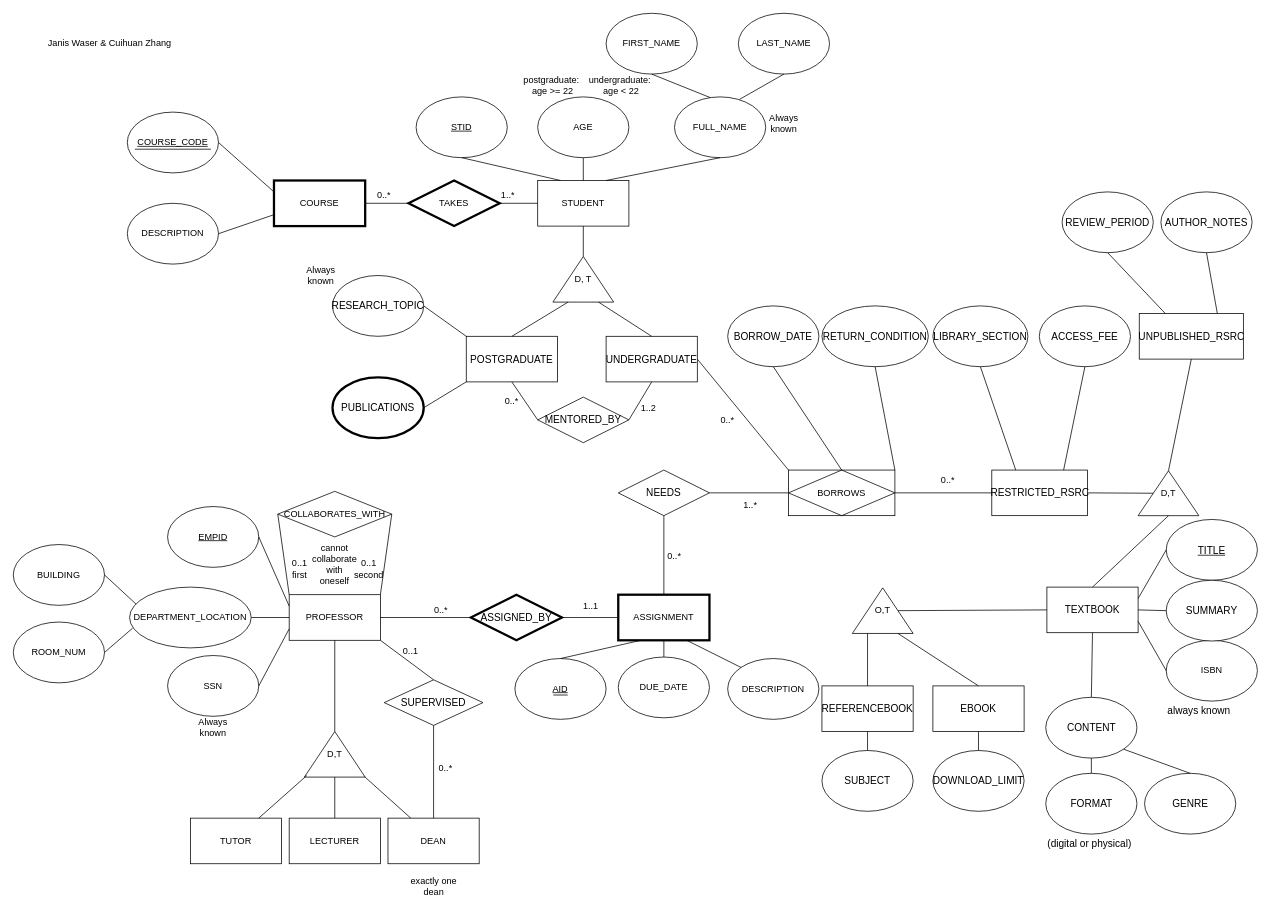
Before: Homework1/DM-HW1_Janis&Cuihuan.drawio in us-ja/Data_Management, a draw.io diagram. Source tidied: cells renumbered, new cells numbered last; positions are measured from the earlier drawing's top-left corner, leaving out a move shared by most shapes. Both pictures are drawn from the tidied source at 76%, with x=0, y=0 at pixel (13, 13).
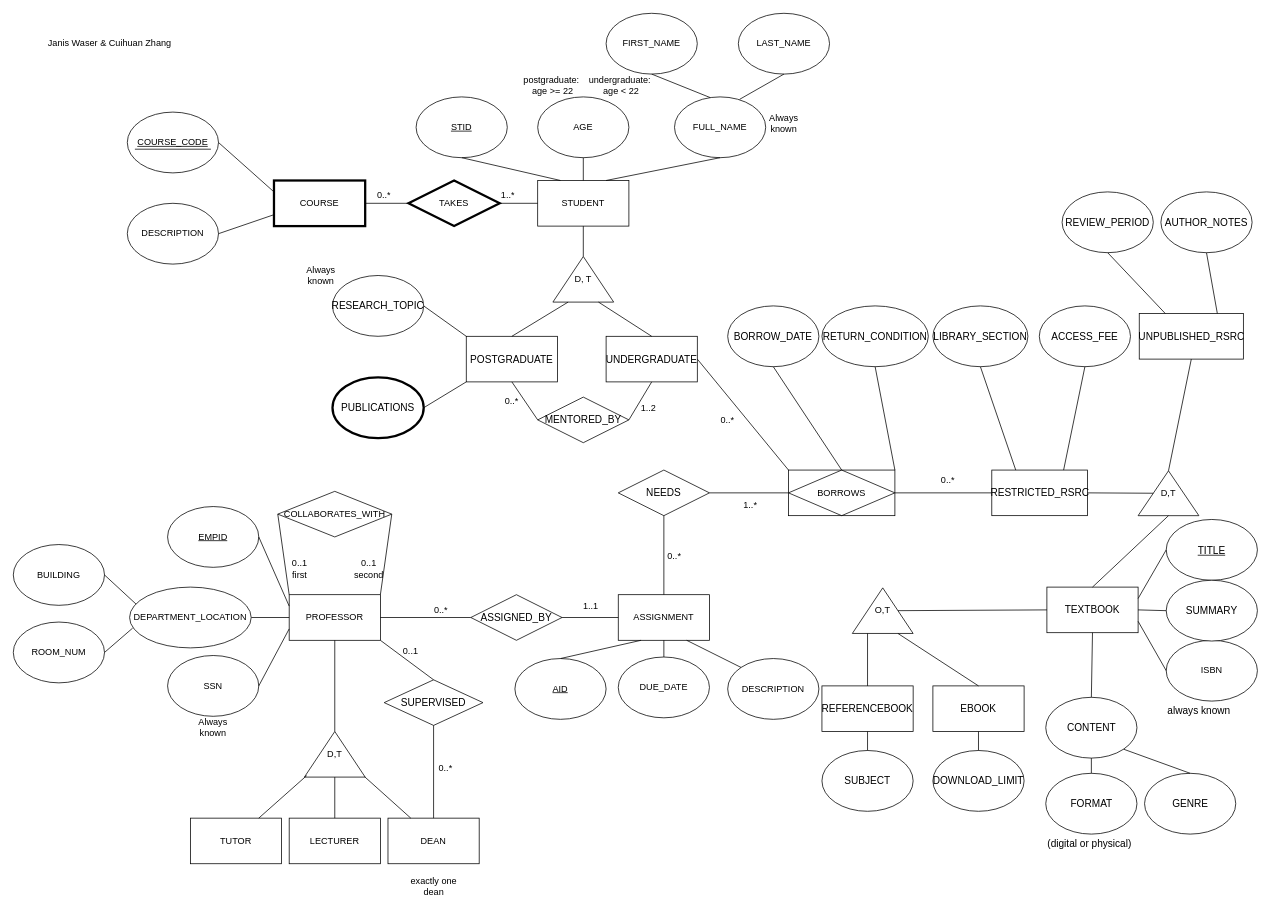
After the change.

Commit message:
remove weak and collab sentence

Diff of the diagram source:
```diff
@@
-    <mxCell id="34" value="ASSIGNMENT" style="rounded=0;whiteSpace=wrap;html=1;strokeWidth=3;" parent="1" vertex="1">
+    <mxCell id="34" value="ASSIGNMENT" style="rounded=0;whiteSpace=wrap;html=1;strokeWidth=1;" parent="1" vertex="1">
       <mxGeometry x="796" y="765" width="120" height="60" as="geometry" />
     </mxCell>
@@
-    <mxCell id="64" value="&lt;div style=&quot;text-align: start;&quot;&gt;&lt;font face=&quot;LMRoman10-Regular&quot;&gt;&lt;span style=&quot;font-size: 13.2835px;&quot;&gt;ASSIGNED_BY&lt;/span&gt;&lt;/font&gt;&lt;/div&gt;" style="shape=rhombus;perimeter=rhombusPerimeter;whiteSpace=wrap;html=1;align=center;strokeWidth=3;" parent="1" vertex="1">
+    <mxCell id="64" value="&lt;div style=&quot;text-align: start;&quot;&gt;&lt;font face=&quot;LMRoman10-Regular&quot;&gt;&lt;span style=&quot;font-size: 13.2835px;&quot;&gt;ASSIGNED_BY&lt;/span&gt;&lt;/font&gt;&lt;/div&gt;" style="shape=rhombus;perimeter=rhombusPerimeter;whiteSpace=wrap;html=1;align=center;strokeWidth=1;" parent="1" vertex="1">
       <mxGeometry x="602" y="765" width="120" height="60" as="geometry" />
     </mxCell>
@@
-    <mxCell id="140" value="cannot collaborate with oneself" style="text;html=1;align=center;verticalAlign=middle;whiteSpace=wrap;rounded=0;" parent="1" vertex="1">
-      <mxGeometry x="393" y="710" width="60" height="30" as="geometry" />
-    </mxCell>
-    <mxCell id="141" style="endArrow=none;html=1;rounded=0;entryX=0.558;entryY=0.637;entryDx=0;entryDy=0;entryPerimeter=0;jumpSize=9;" parent="1" edge="1">
-      <mxGeometry relative="1" as="geometry">
-        <mxPoint x="710.5" y="897" as="sourcePoint" />
-        <mxPoint x="729.5" y="897" as="targetPoint" />
-      </mxGeometry>
-    </mxCell>
```
